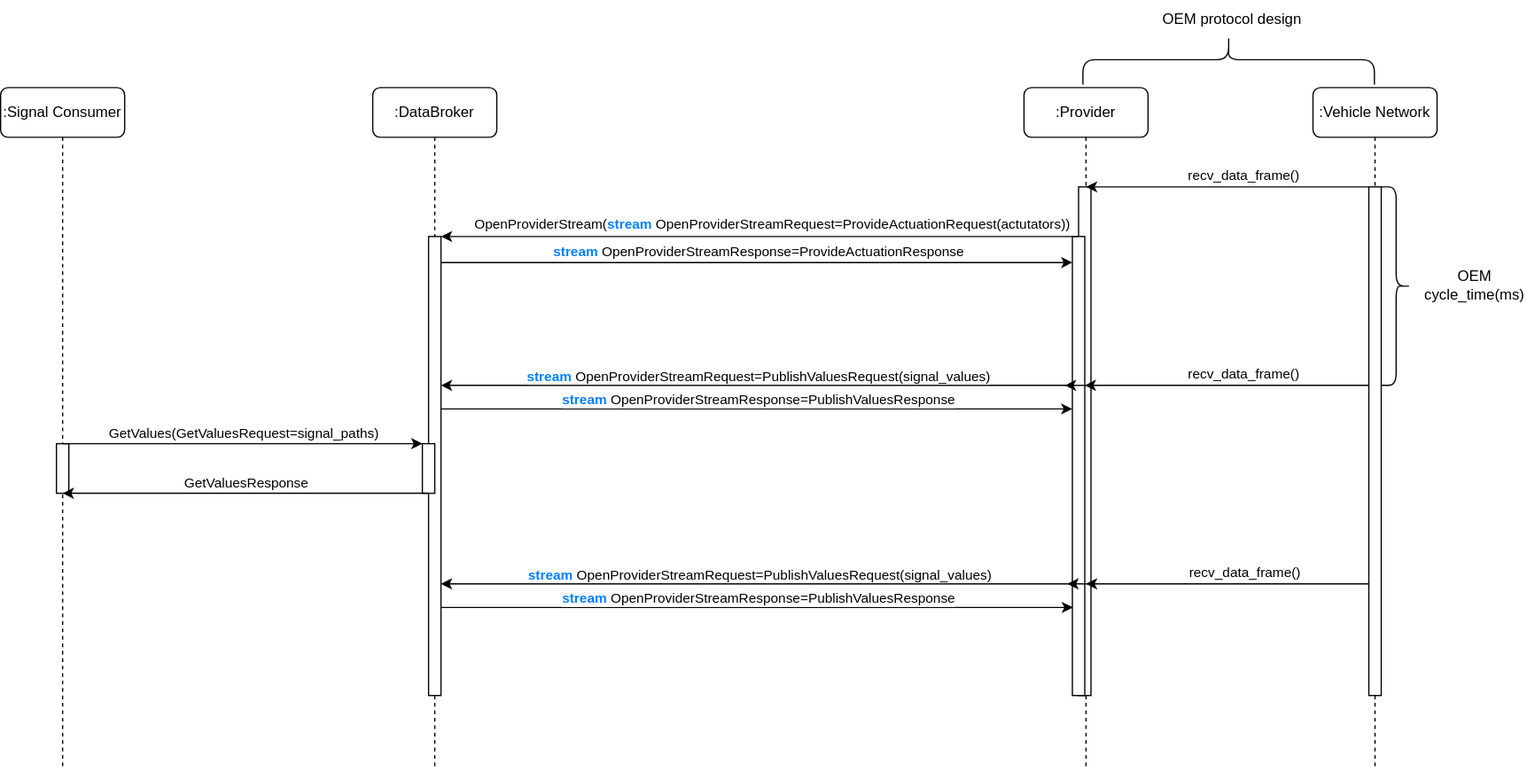
eclipse-kuksa/kuksa-databroker keeps this draw.io diagram as doc/diagrams/consumer_get_values.svg. Above is the earlier version. Source tidied: cells renumbered, new cells last; positions are measured from the earlier drawing's top-left corner, leaving out a move shared by most shapes.
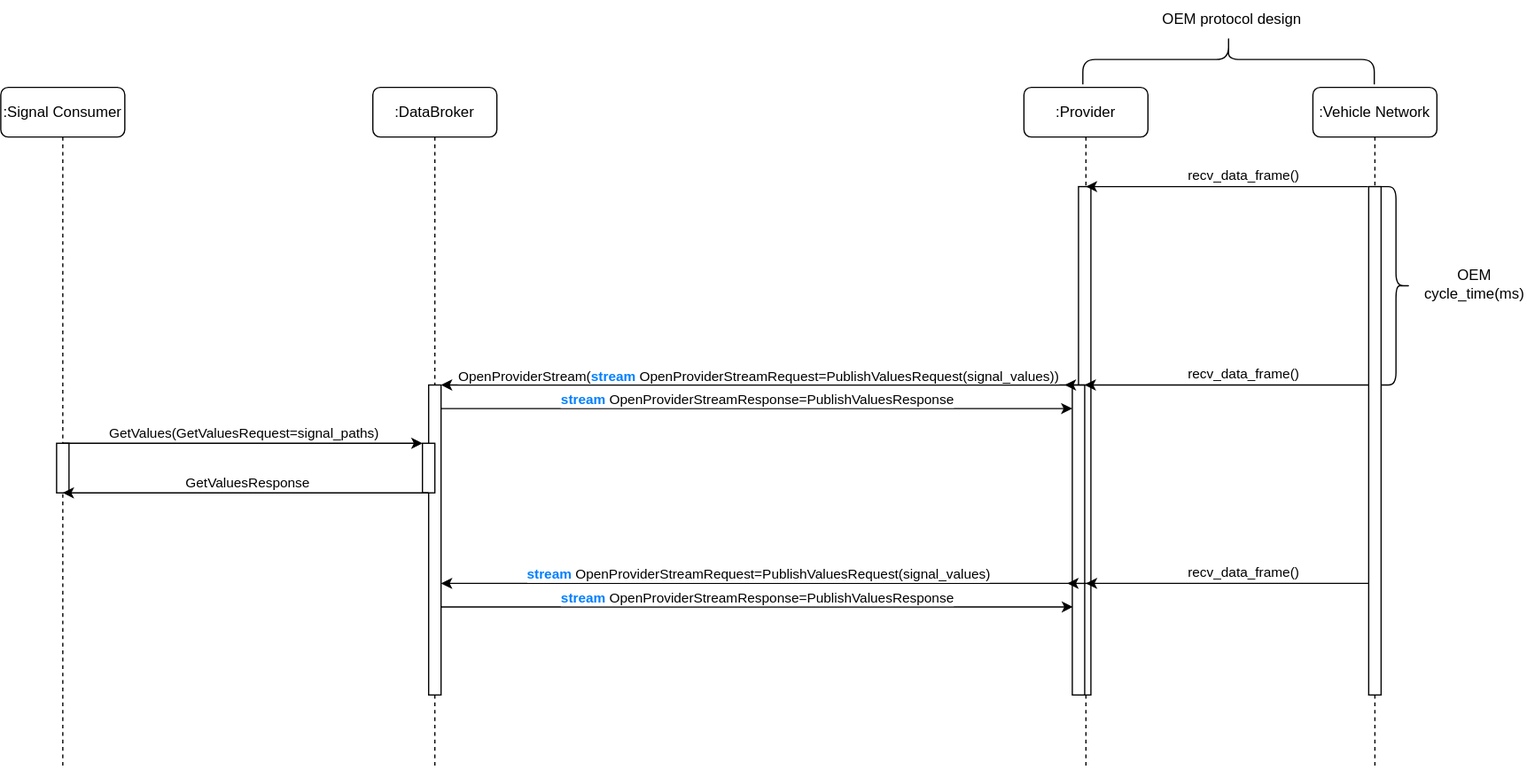
The same diagram one commit later.

Diff of the diagram source:
```diff
@@ -6,7 +6,7 @@
       <mxGeometry x="300" y="140" width="100" height="550" as="geometry" />
     </mxCell>
     <mxCell id="3" style="html=1;points=[[0,0,0,0,5],[0,1,0,0,-5],[1,0,0,0,5],[1,1,0,0,-5]];perimeter=orthogonalPerimeter;outlineConnect=0;targetShapes=umlLifeline;portConstraint=eastwest;newEdgeStyle={&quot;curved&quot;:0,&quot;rounded&quot;:0};" parent="2" vertex="1">
-      <mxGeometry x="45" y="120" width="10" height="370" as="geometry" />
+      <mxGeometry x="45" y="240" width="10" height="250" as="geometry" />
     </mxCell>
     <mxCell id="4" style="html=1;perimeter=orthogonalPerimeter;targetShapes=umlLifeline;newEdgeStyle={&quot;curved&quot;:0,&quot;rounded&quot;:0};" parent="2" vertex="1">
       <mxGeometry x="40" y="287" width="10" height="40" as="geometry" />
@@ -24,7 +24,7 @@
       <mxGeometry x="44" y="80" width="10" height="410" as="geometry" />
     </mxCell>
     <mxCell id="9" style="html=1;perimeter=orthogonalPerimeter;targetShapes=umlLifeline;newEdgeStyle={&quot;curved&quot;:0,&quot;rounded&quot;:0};" parent="7" vertex="1">
-      <mxGeometry x="39" y="120" width="10" height="370" as="geometry" />
+      <mxGeometry x="39" y="240" width="10" height="250" as="geometry" />
     </mxCell>
     <mxCell id="10" value=":Vehicle Network" style="shape=umlLifeline;perimeter=lifelinePerimeter;whiteSpace=wrap;html=1;rounded=1;" parent="1" vertex="1">
       <mxGeometry x="1058" y="140" width="100" height="550" as="geometry" />
@@ -57,34 +57,13 @@
         <mxPoint y="-9" as="offset" />
       </mxGeometry>
     </mxCell>
-    <mxCell id="17" style="endArrow=classic;html=1;rounded=0;" parent="1" edge="1">
-      <mxGeometry relative="1" as="geometry">
-        <mxPoint x="869" y="260" as="sourcePoint" />
-        <mxPoint x="355" y="260" as="targetPoint" />
-      </mxGeometry>
-    </mxCell>
-    <mxCell id="18" value="OpenProviderStream(&lt;b&gt;&lt;font color=&quot;#007fff&quot;&gt;stream&lt;/font&gt;&lt;/b&gt;&amp;nbsp;OpenProviderStreamRequest=ProvideActuationRequest(actutators))" style="edgeLabel;html=1;align=center;verticalAlign=middle;" parent="17" vertex="1">
-      <mxGeometry relative="1" as="geometry">
-        <mxPoint x="10" y="-11" as="offset" />
-      </mxGeometry>
-    </mxCell>
-    <mxCell id="19" style="endArrow=classic;html=1;rounded=0;" parent="1" edge="1" source="3">
-      <mxGeometry relative="1" as="geometry">
-        <mxPoint x="864" y="281" as="targetPoint" />
-      </mxGeometry>
-    </mxCell>
-    <mxCell id="20" value="&lt;b&gt;&lt;font color=&quot;#007fff&quot;&gt;stream&lt;/font&gt;&lt;/b&gt;&amp;nbsp;OpenProviderStreamResponse=ProvideActuationResponse" style="edgeLabel;html=1;align=center;verticalAlign=middle;" parent="19" vertex="1">
-      <mxGeometry relative="1" as="geometry">
-        <mxPoint y="-10" as="offset" />
-      </mxGeometry>
-    </mxCell>
     <mxCell id="21" style="endArrow=classic;html=1;rounded=0;" parent="1" edge="1">
       <mxGeometry relative="1" as="geometry">
         <mxPoint x="865" y="380" as="sourcePoint" />
         <mxPoint x="355" y="380" as="targetPoint" />
       </mxGeometry>
     </mxCell>
-    <mxCell id="22" value="&lt;b&gt;&lt;font color=&quot;#007fff&quot;&gt;stream&lt;/font&gt;&lt;/b&gt;&amp;nbsp;OpenProviderStreamRequest=PublishValuesRequest(signal_values)" style="edgeLabel;html=1;align=center;verticalAlign=middle;" parent="21" vertex="1">
+    <mxCell id="22" value="OpenProviderStream(&lt;b&gt;&lt;font color=&quot;#007fff&quot;&gt;stream&lt;/font&gt;&lt;/b&gt;&amp;nbsp;OpenProviderStreamRequest=PublishValuesRequest(signal_values))" style="edgeLabel;html=1;align=center;verticalAlign=middle;" parent="21" vertex="1">
       <mxGeometry relative="1" as="geometry">
         <mxPoint y="-8" as="offset" />
       </mxGeometry>
```
